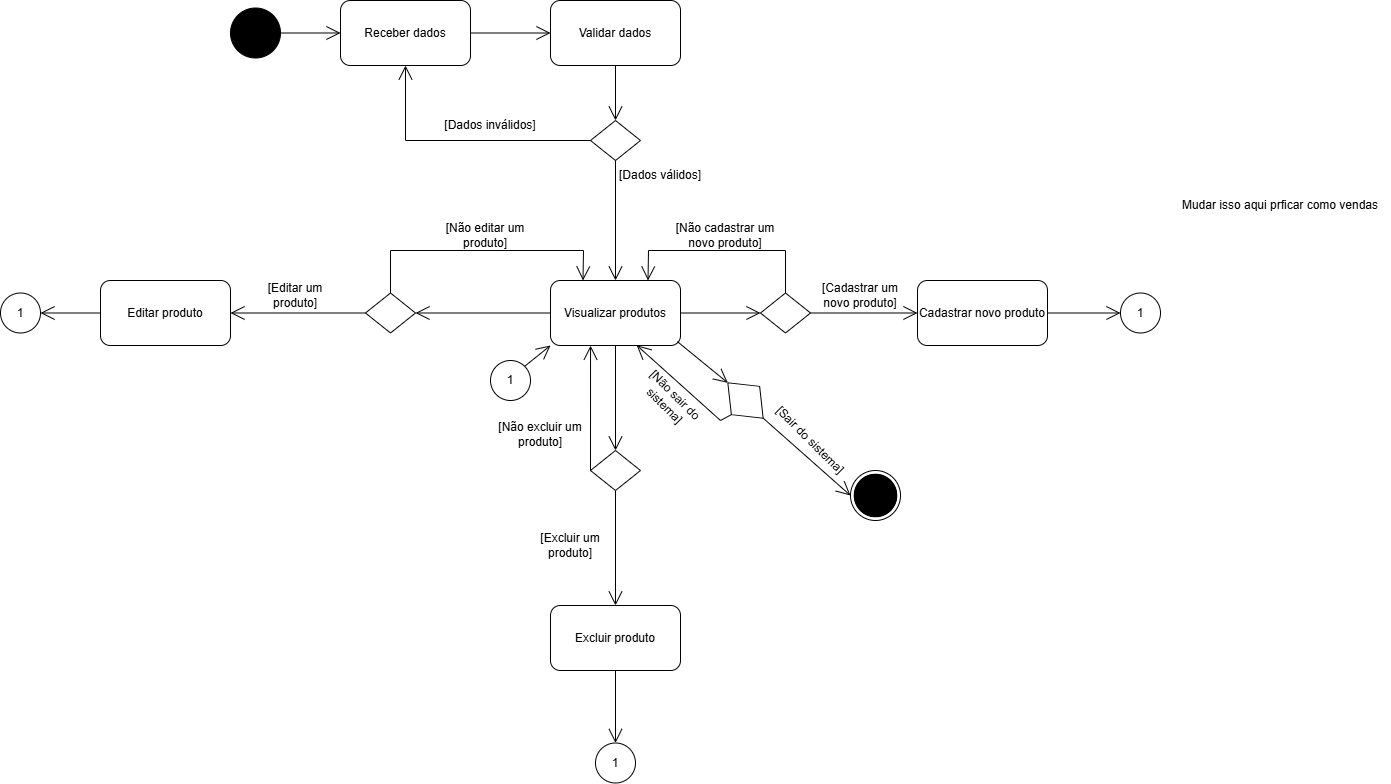
This is APOO/diagrama_atividade/Diagrama_atividade_vendas.drawio.png from joao-marcos-azvd/Estudos-de-programacao, a draw.io export, as it was before one commit. Source tidied: cells renumbered, new cells last; positions are measured from the earlier drawing's top-left corner, leaving out a move shared by most shapes. The source it was exported from:
```xml
<mxGraphModel>
  <root>
    <mxCell id="0" />
    <mxCell id="1" parent="0" />
    <mxCell id="2" style="ellipse;shape=doubleEllipse;whiteSpace=wrap;html=1;" parent="1" vertex="1">
      <mxGeometry x="850" y="470" width="50" height="50" as="geometry" />
    </mxCell>
    <mxCell id="3" style="ellipse;shape=doubleEllipse;whiteSpace=wrap;html=1;fillColor=#000000;" parent="1" vertex="1">
      <mxGeometry x="230" y="7.5" width="50" height="50" as="geometry" />
    </mxCell>
    <mxCell id="4" style="ellipse;shape=doubleEllipse;whiteSpace=wrap;html=1;fillColor=#000000;" parent="1" vertex="1">
      <mxGeometry x="853.8" y="473.8" width="42.5" height="42.5" as="geometry" />
    </mxCell>
    <mxCell id="5" value="Receber dados" style="rounded=1;whiteSpace=wrap;html=1;" parent="1" vertex="1">
      <mxGeometry x="340" width="130" height="65" as="geometry" />
    </mxCell>
    <mxCell id="6" style="endArrow=open;endFill=1;endSize=12;html=1;rounded=0;exitX=1;exitY=0.5;exitDx=0;exitDy=0;entryX=0;entryY=0.5;entryDx=0;entryDy=0;" parent="1" edge="1" source="3" target="5">
      <mxGeometry relative="1" as="geometry" />
    </mxCell>
    <mxCell id="7" value="Validar dados" style="rounded=1;whiteSpace=wrap;html=1;" parent="1" vertex="1">
      <mxGeometry x="550" width="130" height="65" as="geometry" />
    </mxCell>
    <mxCell id="8" style="endArrow=open;endFill=1;endSize=12;html=1;rounded=0;exitX=1;exitY=0.5;exitDx=0;exitDy=0;entryX=0;entryY=0.5;entryDx=0;entryDy=0;" parent="1" edge="1" source="5" target="7">
      <mxGeometry relative="1" as="geometry" />
    </mxCell>
    <mxCell id="9" style="rhombus;whiteSpace=wrap;html=1;" parent="1" vertex="1">
      <mxGeometry x="590" y="120" width="50" height="40" as="geometry" />
    </mxCell>
    <mxCell id="10" style="endArrow=open;endFill=1;endSize=12;html=1;rounded=0;exitX=0.5;exitY=1;exitDx=0;exitDy=0;entryX=0.5;entryY=0;entryDx=0;entryDy=0;" parent="1" edge="1" source="7" target="9">
      <mxGeometry relative="1" as="geometry" />
    </mxCell>
    <mxCell id="11" style="endArrow=open;endFill=1;endSize=12;html=1;rounded=0;exitX=0;exitY=0.5;exitDx=0;exitDy=0;entryX=0.5;entryY=1;entryDx=0;entryDy=0;" parent="1" edge="1" source="9" target="5">
      <mxGeometry relative="1" as="geometry">
        <Array as="points">
          <mxPoint x="405" y="140" />
        </Array>
      </mxGeometry>
    </mxCell>
    <mxCell id="12" value="[Dados inválidos]" style="text;strokeColor=none;align=center;fillColor=none;html=1;verticalAlign=middle;whiteSpace=wrap;rounded=0;" parent="1" vertex="1">
      <mxGeometry x="430" y="110" width="120" height="30" as="geometry" />
    </mxCell>
    <mxCell id="13" style="endArrow=open;endFill=1;endSize=12;html=1;rounded=0;exitX=0.5;exitY=1;exitDx=0;exitDy=0;entryX=0.5;entryY=0;entryDx=0;entryDy=0;" parent="1" edge="1" source="9" target="15">
      <mxGeometry relative="1" as="geometry" />
    </mxCell>
    <mxCell id="14" value="[Dados válidos]" style="text;strokeColor=none;align=center;fillColor=none;html=1;verticalAlign=middle;whiteSpace=wrap;rounded=0;" parent="1" vertex="1">
      <mxGeometry x="600" y="160" width="120" height="30" as="geometry" />
    </mxCell>
    <mxCell id="15" value="Visualizar produtos" style="rounded=1;whiteSpace=wrap;html=1;" parent="1" vertex="1">
      <mxGeometry x="550" y="280" width="130" height="65" as="geometry" />
    </mxCell>
    <mxCell id="16" value="Cadastrar novo produto" style="rounded=1;whiteSpace=wrap;html=1;" parent="1" vertex="1">
      <mxGeometry x="917" y="280" width="130" height="65" as="geometry" />
    </mxCell>
    <mxCell id="17" style="endArrow=open;endFill=1;endSize=12;html=1;rounded=0;entryX=1;entryY=0.5;entryDx=0;entryDy=0;exitX=0;exitY=0.5;exitDx=0;exitDy=0;" parent="1" edge="1" source="22" target="18">
      <mxGeometry relative="1" as="geometry" />
    </mxCell>
    <mxCell id="18" value="Editar produto" style="rounded=1;whiteSpace=wrap;html=1;" parent="1" vertex="1">
      <mxGeometry x="100" y="280" width="130" height="65" as="geometry" />
    </mxCell>
    <mxCell id="19" value="Excluir produto" style="rounded=1;whiteSpace=wrap;html=1;" parent="1" vertex="1">
      <mxGeometry x="550" y="605" width="130" height="65" as="geometry" />
    </mxCell>
    <mxCell id="20" style="endArrow=open;endFill=1;endSize=12;html=1;rounded=0;exitX=0.5;exitY=1;exitDx=0;exitDy=0;entryX=0.5;entryY=0;entryDx=0;entryDy=0;" parent="1" edge="1" source="23" target="19">
      <mxGeometry relative="1" as="geometry" />
    </mxCell>
    <mxCell id="21" style="endArrow=open;endFill=1;endSize=12;html=1;rounded=0;entryX=0;entryY=0.5;entryDx=0;entryDy=0;exitX=1;exitY=0.5;exitDx=0;exitDy=0;" parent="1" edge="1" source="38" target="2">
      <mxGeometry relative="1" as="geometry" />
    </mxCell>
    <mxCell id="22" style="rhombus;whiteSpace=wrap;html=1;" parent="1" vertex="1">
      <mxGeometry x="365" y="292.5" width="50" height="40" as="geometry" />
    </mxCell>
    <mxCell id="23" style="rhombus;whiteSpace=wrap;html=1;" parent="1" vertex="1">
      <mxGeometry x="590" y="450" width="50" height="40" as="geometry" />
    </mxCell>
    <mxCell id="24" style="rhombus;whiteSpace=wrap;html=1;" parent="1" vertex="1">
      <mxGeometry x="760" y="292.5" width="50" height="40" as="geometry" />
    </mxCell>
    <mxCell id="25" style="endArrow=open;endFill=1;endSize=12;html=1;rounded=0;exitX=0;exitY=0.5;exitDx=0;exitDy=0;entryX=1;entryY=0.5;entryDx=0;entryDy=0;" parent="1" edge="1" source="15" target="22">
      <mxGeometry relative="1" as="geometry" />
    </mxCell>
    <mxCell id="26" value="[Editar um produto]" style="text;strokeColor=none;align=center;fillColor=none;html=1;verticalAlign=middle;whiteSpace=wrap;rounded=0;" parent="1" vertex="1">
      <mxGeometry x="245" y="280" width="100" height="30" as="geometry" />
    </mxCell>
    <mxCell id="27" style="endArrow=open;endFill=1;endSize=12;html=1;rounded=0;exitX=0.5;exitY=0;exitDx=0;exitDy=0;entryX=0.25;entryY=0;entryDx=0;entryDy=0;" parent="1" edge="1" source="22" target="15">
      <mxGeometry relative="1" as="geometry">
        <Array as="points">
          <mxPoint x="390" y="250" />
          <mxPoint x="583" y="250" />
        </Array>
      </mxGeometry>
    </mxCell>
    <mxCell id="28" value="[Não editar um produto]" style="text;strokeColor=none;align=center;fillColor=none;html=1;verticalAlign=middle;whiteSpace=wrap;rounded=0;" parent="1" vertex="1">
      <mxGeometry x="435" y="220" width="100" height="30" as="geometry" />
    </mxCell>
    <mxCell id="29" style="endArrow=open;endFill=1;endSize=12;html=1;rounded=0;exitX=0.5;exitY=1;exitDx=0;exitDy=0;entryX=0.5;entryY=0;entryDx=0;entryDy=0;" parent="1" edge="1" source="15" target="23">
      <mxGeometry relative="1" as="geometry" />
    </mxCell>
    <mxCell id="30" style="endArrow=open;endFill=1;endSize=12;html=1;rounded=0;exitX=0;exitY=0.5;exitDx=0;exitDy=0;entryX=0.308;entryY=1.002;entryDx=0;entryDy=0;entryPerimeter=0;" parent="1" edge="1" source="23" target="15">
      <mxGeometry relative="1" as="geometry" />
    </mxCell>
    <mxCell id="31" value="[Excluir um produto]" style="text;strokeColor=none;align=center;fillColor=none;html=1;verticalAlign=middle;whiteSpace=wrap;rounded=0;" parent="1" vertex="1">
      <mxGeometry x="520" y="530" width="100" height="30" as="geometry" />
    </mxCell>
    <mxCell id="32" value="[Não excluir um produto]" style="text;strokeColor=none;align=center;fillColor=none;html=1;verticalAlign=middle;whiteSpace=wrap;rounded=0;" parent="1" vertex="1">
      <mxGeometry x="490" y="418.8" width="100" height="30" as="geometry" />
    </mxCell>
    <mxCell id="33" style="endArrow=open;endFill=1;endSize=12;html=1;rounded=0;exitX=1;exitY=0.5;exitDx=0;exitDy=0;entryX=0;entryY=0.5;entryDx=0;entryDy=0;" parent="1" edge="1" source="15" target="24">
      <mxGeometry relative="1" as="geometry" />
    </mxCell>
    <mxCell id="34" style="endArrow=open;endFill=1;endSize=12;html=1;rounded=0;exitX=1;exitY=0.5;exitDx=0;exitDy=0;entryX=0;entryY=0.5;entryDx=0;entryDy=0;" parent="1" edge="1" source="24" target="16">
      <mxGeometry relative="1" as="geometry" />
    </mxCell>
    <mxCell id="35" style="endArrow=open;endFill=1;endSize=12;html=1;rounded=0;exitX=0.5;exitY=0;exitDx=0;exitDy=0;entryX=0.75;entryY=0;entryDx=0;entryDy=0;" parent="1" edge="1" source="24" target="15">
      <mxGeometry relative="1" as="geometry">
        <Array as="points">
          <mxPoint x="785" y="250" />
          <mxPoint x="648" y="250" />
        </Array>
      </mxGeometry>
    </mxCell>
    <mxCell id="36" value="[Cadastrar um novo produto]" style="text;strokeColor=none;align=center;fillColor=none;html=1;verticalAlign=middle;whiteSpace=wrap;rounded=0;" parent="1" vertex="1">
      <mxGeometry x="810" y="280" width="100" height="30" as="geometry" />
    </mxCell>
    <mxCell id="37" value="[Não cadastrar um novo produto]" style="text;strokeColor=none;align=center;fillColor=none;html=1;verticalAlign=middle;whiteSpace=wrap;rounded=0;" parent="1" vertex="1">
      <mxGeometry x="660" y="220" width="130" height="30" as="geometry" />
    </mxCell>
    <mxCell id="38" style="rhombus;whiteSpace=wrap;html=1;rotation=45;" parent="1" vertex="1">
      <mxGeometry x="720" y="380" width="50" height="40" as="geometry" />
    </mxCell>
    <mxCell id="39" style="endArrow=open;endFill=1;endSize=12;html=1;rounded=0;exitX=0.976;exitY=0.94;exitDx=0;exitDy=0;entryX=0;entryY=0.5;entryDx=0;entryDy=0;exitPerimeter=0;" parent="1" edge="1" source="15" target="38">
      <mxGeometry relative="1" as="geometry" />
    </mxCell>
    <mxCell id="40" value="[Sair do sistema]" style="text;strokeColor=none;align=center;fillColor=none;html=1;verticalAlign=middle;whiteSpace=wrap;rounded=0;rotation=45;" parent="1" vertex="1">
      <mxGeometry x="760" y="425" width="100" height="30" as="geometry" />
    </mxCell>
    <mxCell id="41" style="endArrow=open;endFill=1;endSize=12;html=1;rounded=0;exitX=0.5;exitY=1;exitDx=0;exitDy=0;entryX=0.663;entryY=0.996;entryDx=0;entryDy=0;entryPerimeter=0;" parent="1" edge="1" source="38" target="15">
      <mxGeometry relative="1" as="geometry">
        <Array as="points">
          <mxPoint x="720" y="420" />
        </Array>
      </mxGeometry>
    </mxCell>
    <mxCell id="42" value="[Não sair do sistema]" style="text;strokeColor=none;align=center;fillColor=none;html=1;verticalAlign=middle;whiteSpace=wrap;rounded=0;rotation=45;" parent="1" vertex="1">
      <mxGeometry x="620" y="385" width="100" height="30" as="geometry" />
    </mxCell>
    <mxCell id="43" value="1" style="ellipse;whiteSpace=wrap;html=1;" parent="1" vertex="1">
      <mxGeometry x="490" y="360" width="40" height="40" as="geometry" />
    </mxCell>
    <mxCell id="44" style="endArrow=open;endFill=1;endSize=12;html=1;rounded=0;exitX=1;exitY=0;exitDx=0;exitDy=0;entryX=0;entryY=1;entryDx=0;entryDy=0;" parent="1" edge="1" source="43" target="15">
      <mxGeometry relative="1" as="geometry" />
    </mxCell>
    <mxCell id="45" value="1" style="ellipse;whiteSpace=wrap;html=1;" parent="1" vertex="1">
      <mxGeometry x="1120" y="292.5" width="40" height="40" as="geometry" />
    </mxCell>
    <mxCell id="46" value="1" style="ellipse;whiteSpace=wrap;html=1;" parent="1" vertex="1">
      <mxGeometry x="595" y="742.5" width="40" height="40" as="geometry" />
    </mxCell>
    <mxCell id="47" value="1" style="ellipse;whiteSpace=wrap;html=1;" parent="1" vertex="1">
      <mxGeometry y="292.5" width="40" height="40" as="geometry" />
    </mxCell>
    <mxCell id="48" style="endArrow=open;endFill=1;endSize=12;html=1;rounded=0;exitX=0;exitY=0.5;exitDx=0;exitDy=0;entryX=1;entryY=0.5;entryDx=0;entryDy=0;" parent="1" edge="1" source="18" target="47">
      <mxGeometry relative="1" as="geometry" />
    </mxCell>
    <mxCell id="49" style="endArrow=open;endFill=1;endSize=12;html=1;rounded=0;exitX=0.5;exitY=1;exitDx=0;exitDy=0;entryX=0.5;entryY=0;entryDx=0;entryDy=0;" parent="1" edge="1" source="19" target="46">
      <mxGeometry relative="1" as="geometry" />
    </mxCell>
    <mxCell id="50" style="endArrow=open;endFill=1;endSize=12;html=1;rounded=0;exitX=1;exitY=0.5;exitDx=0;exitDy=0;entryX=0;entryY=0.5;entryDx=0;entryDy=0;" parent="1" edge="1" source="16" target="45">
      <mxGeometry relative="1" as="geometry" />
    </mxCell>
    <mxCell id="51" value="Mudar isso aqui prficar como vendas" style="text;strokeColor=none;align=center;fillColor=none;html=1;verticalAlign=middle;whiteSpace=wrap;rounded=0;" parent="1" vertex="1">
      <mxGeometry x="1170" y="190" width="220" height="30" as="geometry" />
    </mxCell>
  </root>
</mxGraphModel>
```
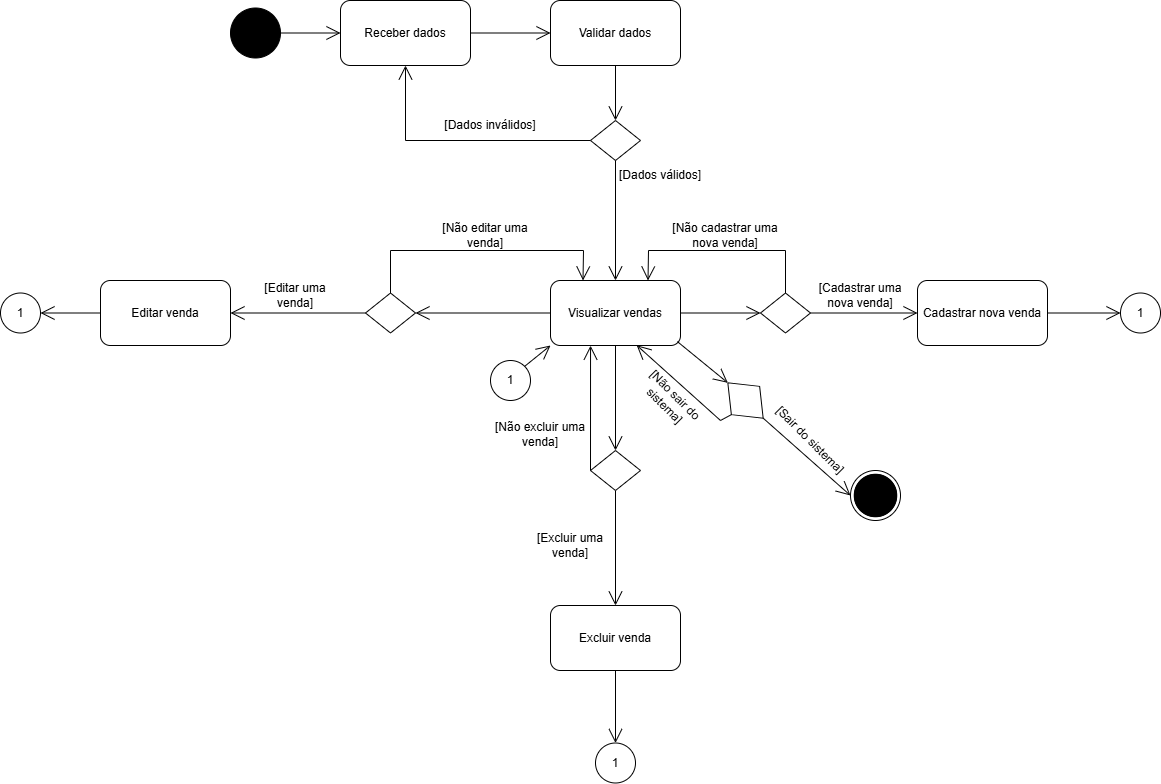
The same diagram one commit later.

Diff of the diagram source:
```diff
@@ -45,19 +45,19 @@
     <mxCell id="14" value="[Dados válidos]" style="text;strokeColor=none;align=center;fillColor=none;html=1;verticalAlign=middle;whiteSpace=wrap;rounded=0;" parent="1" vertex="1">
       <mxGeometry x="600" y="160" width="120" height="30" as="geometry" />
     </mxCell>
-    <mxCell id="15" value="Visualizar produtos" style="rounded=1;whiteSpace=wrap;html=1;" parent="1" vertex="1">
+    <mxCell id="15" value="Visualizar vendas" style="rounded=1;whiteSpace=wrap;html=1;" parent="1" vertex="1">
       <mxGeometry x="550" y="280" width="130" height="65" as="geometry" />
     </mxCell>
-    <mxCell id="16" value="Cadastrar novo produto" style="rounded=1;whiteSpace=wrap;html=1;" parent="1" vertex="1">
+    <mxCell id="16" value="Cadastrar nova venda" style="rounded=1;whiteSpace=wrap;html=1;" parent="1" vertex="1">
       <mxGeometry x="917" y="280" width="130" height="65" as="geometry" />
     </mxCell>
     <mxCell id="17" style="endArrow=open;endFill=1;endSize=12;html=1;rounded=0;entryX=1;entryY=0.5;entryDx=0;entryDy=0;exitX=0;exitY=0.5;exitDx=0;exitDy=0;" parent="1" edge="1" source="22" target="18">
       <mxGeometry relative="1" as="geometry" />
     </mxCell>
-    <mxCell id="18" value="Editar produto" style="rounded=1;whiteSpace=wrap;html=1;" parent="1" vertex="1">
+    <mxCell id="18" value="Editar venda" style="rounded=1;whiteSpace=wrap;html=1;" parent="1" vertex="1">
       <mxGeometry x="100" y="280" width="130" height="65" as="geometry" />
     </mxCell>
-    <mxCell id="19" value="Excluir produto" style="rounded=1;whiteSpace=wrap;html=1;" parent="1" vertex="1">
+    <mxCell id="19" value="Excluir venda" style="rounded=1;whiteSpace=wrap;html=1;" parent="1" vertex="1">
       <mxGeometry x="550" y="605" width="130" height="65" as="geometry" />
     </mxCell>
     <mxCell id="20" style="endArrow=open;endFill=1;endSize=12;html=1;rounded=0;exitX=0.5;exitY=1;exitDx=0;exitDy=0;entryX=0.5;entryY=0;entryDx=0;entryDy=0;" parent="1" edge="1" source="23" target="19">
@@ -78,7 +78,7 @@
     <mxCell id="25" style="endArrow=open;endFill=1;endSize=12;html=1;rounded=0;exitX=0;exitY=0.5;exitDx=0;exitDy=0;entryX=1;entryY=0.5;entryDx=0;entryDy=0;" parent="1" edge="1" source="15" target="22">
       <mxGeometry relative="1" as="geometry" />
     </mxCell>
-    <mxCell id="26" value="[Editar um produto]" style="text;strokeColor=none;align=center;fillColor=none;html=1;verticalAlign=middle;whiteSpace=wrap;rounded=0;" parent="1" vertex="1">
+    <mxCell id="26" value="[Editar uma venda]" style="text;strokeColor=none;align=center;fillColor=none;html=1;verticalAlign=middle;whiteSpace=wrap;rounded=0;" parent="1" vertex="1">
       <mxGeometry x="245" y="280" width="100" height="30" as="geometry" />
     </mxCell>
     <mxCell id="27" style="endArrow=open;endFill=1;endSize=12;html=1;rounded=0;exitX=0.5;exitY=0;exitDx=0;exitDy=0;entryX=0.25;entryY=0;entryDx=0;entryDy=0;" parent="1" edge="1" source="22" target="15">
@@ -89,7 +89,7 @@
         </Array>
       </mxGeometry>
     </mxCell>
-    <mxCell id="28" value="[Não editar um produto]" style="text;strokeColor=none;align=center;fillColor=none;html=1;verticalAlign=middle;whiteSpace=wrap;rounded=0;" parent="1" vertex="1">
+    <mxCell id="28" value="[Não editar uma venda]" style="text;strokeColor=none;align=center;fillColor=none;html=1;verticalAlign=middle;whiteSpace=wrap;rounded=0;" parent="1" vertex="1">
       <mxGeometry x="435" y="220" width="100" height="30" as="geometry" />
     </mxCell>
     <mxCell id="29" style="endArrow=open;endFill=1;endSize=12;html=1;rounded=0;exitX=0.5;exitY=1;exitDx=0;exitDy=0;entryX=0.5;entryY=0;entryDx=0;entryDy=0;" parent="1" edge="1" source="15" target="23">
@@ -98,10 +98,10 @@
     <mxCell id="30" style="endArrow=open;endFill=1;endSize=12;html=1;rounded=0;exitX=0;exitY=0.5;exitDx=0;exitDy=0;entryX=0.308;entryY=1.002;entryDx=0;entryDy=0;entryPerimeter=0;" parent="1" edge="1" source="23" target="15">
       <mxGeometry relative="1" as="geometry" />
     </mxCell>
-    <mxCell id="31" value="[Excluir um produto]" style="text;strokeColor=none;align=center;fillColor=none;html=1;verticalAlign=middle;whiteSpace=wrap;rounded=0;" parent="1" vertex="1">
+    <mxCell id="31" value="[Excluir uma venda]" style="text;strokeColor=none;align=center;fillColor=none;html=1;verticalAlign=middle;whiteSpace=wrap;rounded=0;" parent="1" vertex="1">
       <mxGeometry x="520" y="530" width="100" height="30" as="geometry" />
     </mxCell>
-    <mxCell id="32" value="[Não excluir um produto]" style="text;strokeColor=none;align=center;fillColor=none;html=1;verticalAlign=middle;whiteSpace=wrap;rounded=0;" parent="1" vertex="1">
+    <mxCell id="32" value="[Não excluir uma venda]" style="text;strokeColor=none;align=center;fillColor=none;html=1;verticalAlign=middle;whiteSpace=wrap;rounded=0;" parent="1" vertex="1">
       <mxGeometry x="490" y="418.8" width="100" height="30" as="geometry" />
     </mxCell>
     <mxCell id="33" style="endArrow=open;endFill=1;endSize=12;html=1;rounded=0;exitX=1;exitY=0.5;exitDx=0;exitDy=0;entryX=0;entryY=0.5;entryDx=0;entryDy=0;" parent="1" edge="1" source="15" target="24">
@@ -118,10 +118,10 @@
         </Array>
       </mxGeometry>
     </mxCell>
-    <mxCell id="36" value="[Cadastrar um novo produto]" style="text;strokeColor=none;align=center;fillColor=none;html=1;verticalAlign=middle;whiteSpace=wrap;rounded=0;" parent="1" vertex="1">
+    <mxCell id="36" value="[Cadastrar uma nova venda]" style="text;strokeColor=none;align=center;fillColor=none;html=1;verticalAlign=middle;whiteSpace=wrap;rounded=0;" parent="1" vertex="1">
       <mxGeometry x="810" y="280" width="100" height="30" as="geometry" />
     </mxCell>
-    <mxCell id="37" value="[Não cadastrar um novo produto]" style="text;strokeColor=none;align=center;fillColor=none;html=1;verticalAlign=middle;whiteSpace=wrap;rounded=0;" parent="1" vertex="1">
+    <mxCell id="37" value="[Não cadastrar uma nova venda]" style="text;strokeColor=none;align=center;fillColor=none;html=1;verticalAlign=middle;whiteSpace=wrap;rounded=0;" parent="1" vertex="1">
       <mxGeometry x="660" y="220" width="130" height="30" as="geometry" />
     </mxCell>
     <mxCell id="38" style="rhombus;whiteSpace=wrap;html=1;rotation=45;" parent="1" vertex="1">
@@ -167,8 +167,5 @@
     <mxCell id="50" style="endArrow=open;endFill=1;endSize=12;html=1;rounded=0;exitX=1;exitY=0.5;exitDx=0;exitDy=0;entryX=0;entryY=0.5;entryDx=0;entryDy=0;" parent="1" edge="1" source="16" target="45">
       <mxGeometry relative="1" as="geometry" />
     </mxCell>
-    <mxCell id="51" value="Mudar isso aqui prficar como vendas" style="text;strokeColor=none;align=center;fillColor=none;html=1;verticalAlign=middle;whiteSpace=wrap;rounded=0;" parent="1" vertex="1">
-      <mxGeometry x="1170" y="190" width="220" height="30" as="geometry" />
-    </mxCell>
   </root>
 </mxGraphModel>
```
